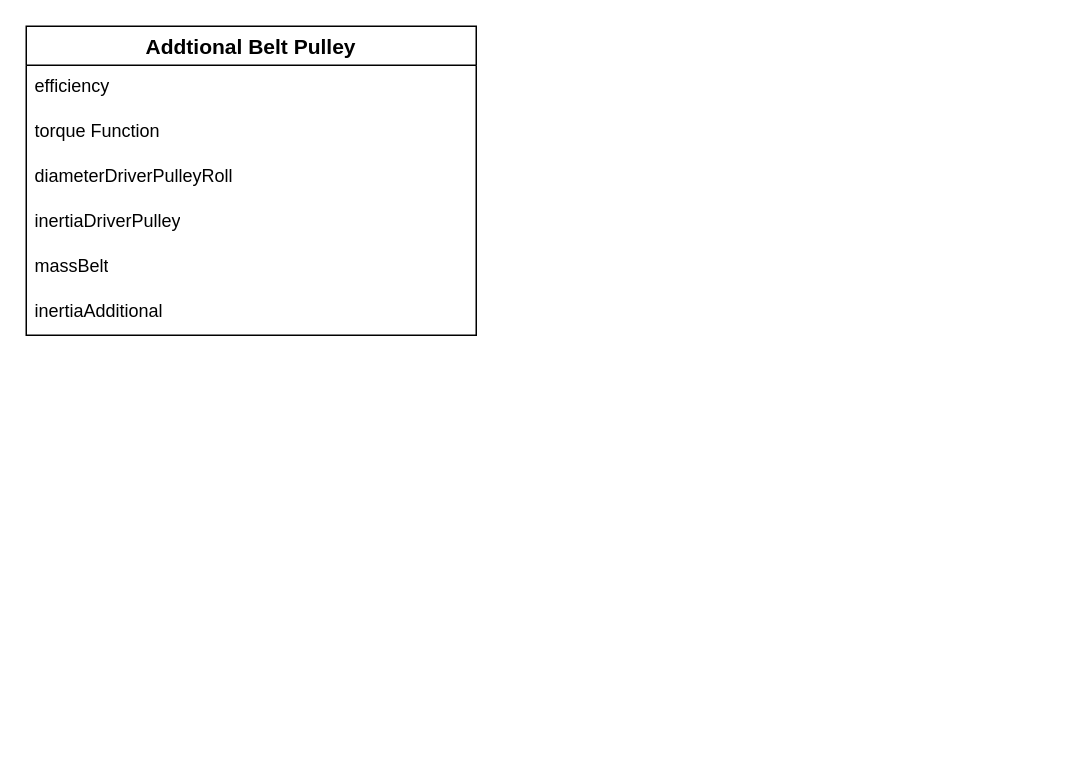
This is Motion_Sizing.drawio from RiemannLee19/UMLs, a draw.io file, before an edit. Source tidied: cells renumbered, new cells numbered last; positions are measured from the earlier drawing's top-left corner, leaving out a move shared by most shapes. Both pictures are drawn from the tidied source at 150%, with x=0, y=0 at pixel (26, 26).
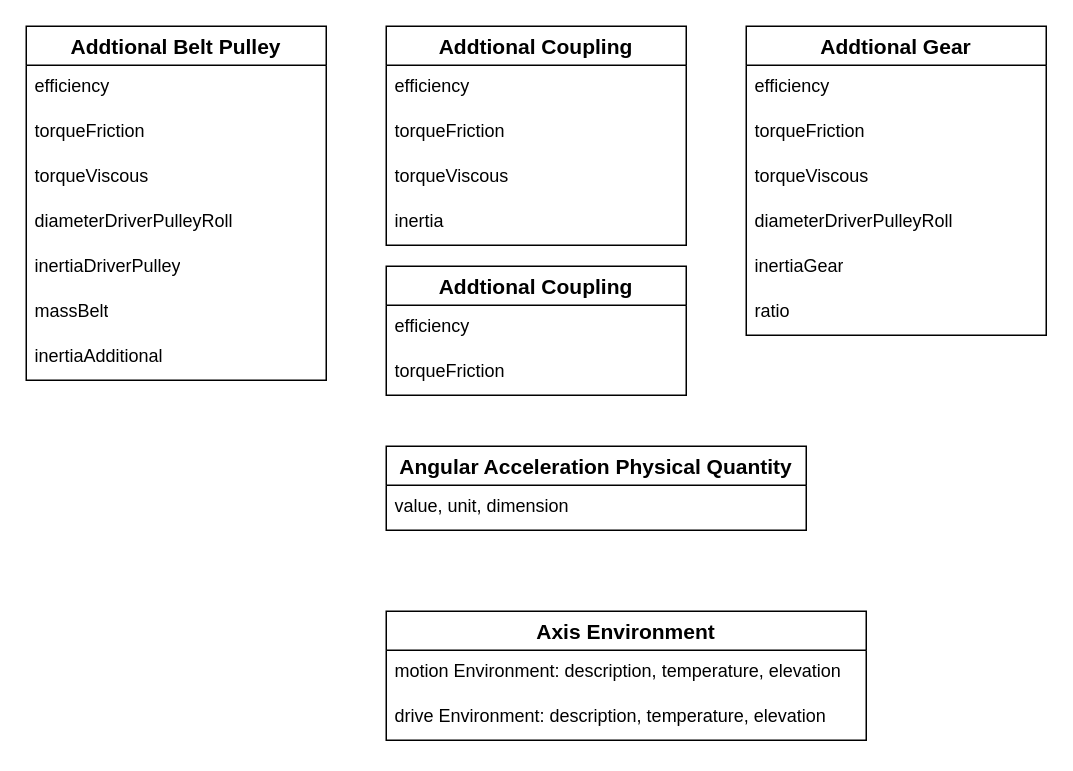
The same diagram, later.

The edit, as a diff of the source:
```diff
@@
     <mxCell id="2" value="Addtional Belt Pulley" style="swimlane;fontStyle=1;horizontal=1;startSize=26;align=center;fontSize=14;" parent="1" vertex="1">
-      <mxGeometry width="300" height="206" as="geometry" />
+      <mxGeometry width="200" height="236" as="geometry" />
     </mxCell>
     <mxCell id="3" value="efficiency&lt;span class=&quot;eusoft-eudic-chrome-extension-translate-content&quot;&gt;&lt;/span&gt;" style="text;strokeColor=none;fillColor=none;spacingLeft=4;spacingRight=4;overflow=hidden;fontSize=12;whiteSpace=wrap;html=1;" parent="2" vertex="1">
-      <mxGeometry y="26" width="300" height="30" as="geometry" />
+      <mxGeometry y="26" width="200" height="30" as="geometry" />
     </mxCell>
-    <mxCell id="4" value="torque Function&lt;span class=&quot;eusoft-eudic-chrome-extension-translate-content&quot;&gt;&lt;/span&gt;" style="text;strokeColor=none;fillColor=none;spacingLeft=4;spacingRight=4;overflow=hidden;fontSize=12;whiteSpace=wrap;html=1;" parent="2" vertex="1">
-      <mxGeometry y="56" width="300" height="30" as="geometry" />
+    <mxCell id="4" value="torqueFriction&lt;span class=&quot;eusoft-eudic-chrome-extension-translate-content&quot;&gt;&lt;/span&gt;" style="text;strokeColor=none;fillColor=none;spacingLeft=4;spacingRight=4;overflow=hidden;fontSize=12;whiteSpace=wrap;html=1;" parent="2" vertex="1">
+      <mxGeometry y="56" width="200" height="30" as="geometry" />
     </mxCell>
+    <mxCell id="9" value="torqueViscous&lt;span class=&quot;eusoft-eudic-chrome-extension-translate-content&quot;&gt;&lt;/span&gt;" style="text;strokeColor=none;fillColor=none;spacingLeft=4;spacingRight=4;overflow=hidden;fontSize=12;whiteSpace=wrap;html=1;" parent="2" vertex="1">
+      <mxGeometry y="86" width="200" height="30" as="geometry" />
+    </mxCell>
     <mxCell id="5" value="diameterDriverPulleyRoll" style="text;strokeColor=none;fillColor=none;spacingLeft=4;spacingRight=4;overflow=hidden;fontSize=12;whiteSpace=wrap;html=1;" parent="2" vertex="1">
-      <mxGeometry y="86" width="300" height="30" as="geometry" />
+      <mxGeometry y="116" width="200" height="30" as="geometry" />
     </mxCell>
     <mxCell id="6" value="inertiaDriverPulley" style="text;strokeColor=none;fillColor=none;spacingLeft=4;spacingRight=4;overflow=hidden;fontSize=12;whiteSpace=wrap;html=1;" parent="2" vertex="1">
-      <mxGeometry y="116" width="300" height="30" as="geometry" />
+      <mxGeometry y="146" width="200" height="30" as="geometry" />
     </mxCell>
     <mxCell id="7" value="massBelt" style="text;strokeColor=none;fillColor=none;spacingLeft=4;spacingRight=4;overflow=hidden;fontSize=12;whiteSpace=wrap;html=1;" parent="2" vertex="1">
-      <mxGeometry y="146" width="300" height="30" as="geometry" />
+      <mxGeometry y="176" width="200" height="30" as="geometry" />
     </mxCell>
     <mxCell id="8" value="inertiaAdditional" style="text;strokeColor=none;fillColor=none;spacingLeft=4;spacingRight=4;overflow=hidden;fontSize=12;whiteSpace=wrap;html=1;" parent="2" vertex="1">
-      <mxGeometry y="176" width="300" height="30" as="geometry" />
+      <mxGeometry y="206" width="200" height="30" as="geometry" />
     </mxCell>
+    <mxCell id="10" value="Addtional Coupling" style="swimlane;fontStyle=1;horizontal=1;startSize=26;align=center;fontSize=14;" parent="1" vertex="1">
+      <mxGeometry x="240" width="200" height="146" as="geometry" />
+    </mxCell>
+    <mxCell id="11" value="efficiency&lt;span class=&quot;eusoft-eudic-chrome-extension-translate-content&quot;&gt;&lt;/span&gt;" style="text;strokeColor=none;fillColor=none;spacingLeft=4;spacingRight=4;overflow=hidden;fontSize=12;whiteSpace=wrap;html=1;" parent="10" vertex="1">
+      <mxGeometry y="26" width="200" height="30" as="geometry" />
+    </mxCell>
+    <mxCell id="12" value="torqueFriction&lt;span class=&quot;eusoft-eudic-chrome-extension-translate-content&quot;&gt;&lt;/span&gt;" style="text;strokeColor=none;fillColor=none;spacingLeft=4;spacingRight=4;overflow=hidden;fontSize=12;whiteSpace=wrap;html=1;" parent="10" vertex="1">
+      <mxGeometry y="56" width="200" height="30" as="geometry" />
+    </mxCell>
+    <mxCell id="13" value="torqueViscous&lt;span class=&quot;eusoft-eudic-chrome-extension-translate-content&quot;&gt;&lt;/span&gt;" style="text;strokeColor=none;fillColor=none;spacingLeft=4;spacingRight=4;overflow=hidden;fontSize=12;whiteSpace=wrap;html=1;" parent="10" vertex="1">
+      <mxGeometry y="86" width="200" height="30" as="geometry" />
+    </mxCell>
+    <mxCell id="14" value="inertia" style="text;strokeColor=none;fillColor=none;spacingLeft=4;spacingRight=4;overflow=hidden;fontSize=12;whiteSpace=wrap;html=1;" parent="10" vertex="1">
+      <mxGeometry y="116" width="200" height="30" as="geometry" />
+    </mxCell>
+    <mxCell id="15" value="Addtional Gear" style="swimlane;fontStyle=1;horizontal=1;startSize=26;align=center;fontSize=14;" parent="1" vertex="1">
+      <mxGeometry x="480" width="200" height="206" as="geometry" />
+    </mxCell>
+    <mxCell id="16" value="efficiency&lt;span class=&quot;eusoft-eudic-chrome-extension-translate-content&quot;&gt;&lt;/span&gt;" style="text;strokeColor=none;fillColor=none;spacingLeft=4;spacingRight=4;overflow=hidden;fontSize=12;whiteSpace=wrap;html=1;" parent="15" vertex="1">
+      <mxGeometry y="26" width="200" height="30" as="geometry" />
+    </mxCell>
+    <mxCell id="17" value="torqueFriction&lt;br&gt;&lt;span class=&quot;eusoft-eudic-chrome-extension-translate-content&quot;&gt;&lt;/span&gt;" style="text;strokeColor=none;fillColor=none;spacingLeft=4;spacingRight=4;overflow=hidden;fontSize=12;whiteSpace=wrap;html=1;" parent="15" vertex="1">
+      <mxGeometry y="56" width="200" height="30" as="geometry" />
+    </mxCell>
+    <mxCell id="18" value="torqueViscous&lt;span class=&quot;eusoft-eudic-chrome-extension-translate-content&quot;&gt;&lt;/span&gt;" style="text;strokeColor=none;fillColor=none;spacingLeft=4;spacingRight=4;overflow=hidden;fontSize=12;whiteSpace=wrap;html=1;" parent="15" vertex="1">
+      <mxGeometry y="86" width="200" height="30" as="geometry" />
+    </mxCell>
+    <mxCell id="19" value="diameterDriverPulleyRoll" style="text;strokeColor=none;fillColor=none;spacingLeft=4;spacingRight=4;overflow=hidden;fontSize=12;whiteSpace=wrap;html=1;" parent="15" vertex="1">
+      <mxGeometry y="116" width="200" height="30" as="geometry" />
+    </mxCell>
+    <mxCell id="20" value="inertiaGear" style="text;strokeColor=none;fillColor=none;spacingLeft=4;spacingRight=4;overflow=hidden;fontSize=12;whiteSpace=wrap;html=1;" parent="15" vertex="1">
+      <mxGeometry y="146" width="200" height="30" as="geometry" />
+    </mxCell>
+    <mxCell id="21" value="ratio" style="text;strokeColor=none;fillColor=none;spacingLeft=4;spacingRight=4;overflow=hidden;fontSize=12;whiteSpace=wrap;html=1;" parent="15" vertex="1">
+      <mxGeometry y="176" width="200" height="30" as="geometry" />
+    </mxCell>
+    <mxCell id="22" value="Addtional Coupling" style="swimlane;fontStyle=1;horizontal=1;startSize=26;align=center;fontSize=14;" parent="1" vertex="1">
+      <mxGeometry x="240" y="160" width="200" height="86" as="geometry" />
+    </mxCell>
+    <mxCell id="23" value="efficiency&lt;span class=&quot;eusoft-eudic-chrome-extension-translate-content&quot;&gt;&lt;/span&gt;" style="text;strokeColor=none;fillColor=none;spacingLeft=4;spacingRight=4;overflow=hidden;fontSize=12;whiteSpace=wrap;html=1;" parent="22" vertex="1">
+      <mxGeometry y="26" width="200" height="30" as="geometry" />
+    </mxCell>
+    <mxCell id="24" value="torqueFriction&lt;span class=&quot;eusoft-eudic-chrome-extension-translate-content&quot;&gt;&lt;/span&gt;" style="text;strokeColor=none;fillColor=none;spacingLeft=4;spacingRight=4;overflow=hidden;fontSize=12;whiteSpace=wrap;html=1;" parent="22" vertex="1">
+      <mxGeometry y="56" width="200" height="30" as="geometry" />
+    </mxCell>
+    <mxCell id="25" value="Angular Acceleration Physical Quantity" style="swimlane;fontStyle=1;horizontal=1;startSize=26;align=center;fontSize=14;" parent="1" vertex="1">
+      <mxGeometry x="240" y="280" width="280" height="56" as="geometry" />
+    </mxCell>
+    <mxCell id="26" value="value, unit, dimension&lt;span class=&quot;eusoft-eudic-chrome-extension-translate-content&quot;&gt;&lt;/span&gt;" style="text;strokeColor=none;fillColor=none;spacingLeft=4;spacingRight=4;overflow=hidden;fontSize=12;whiteSpace=wrap;html=1;" parent="25" vertex="1">
+      <mxGeometry y="26" width="280" height="30" as="geometry" />
+    </mxCell>
+    <mxCell id="27" value="Axis Environment" style="swimlane;fontStyle=1;horizontal=1;startSize=26;align=center;fontSize=14;" parent="1" vertex="1">
+      <mxGeometry x="240" y="390" width="320" height="86" as="geometry" />
+    </mxCell>
+    <mxCell id="28" value="motion Environment: description, temperature, elevation&lt;span class=&quot;eusoft-eudic-chrome-extension-translate-content&quot;&gt;&lt;/span&gt;" style="text;strokeColor=none;fillColor=none;spacingLeft=4;spacingRight=4;overflow=hidden;fontSize=12;whiteSpace=wrap;html=1;" parent="27" vertex="1">
+      <mxGeometry y="26" width="320" height="30" as="geometry" />
+    </mxCell>
+    <mxCell id="29" value="drive Environment: description, temperature, elevation" style="text;strokeColor=none;fillColor=none;spacingLeft=4;spacingRight=4;overflow=hidden;fontSize=12;whiteSpace=wrap;html=1;" parent="27" vertex="1">
+      <mxGeometry y="56" width="320" height="30" as="geometry" />
+    </mxCell>
```
